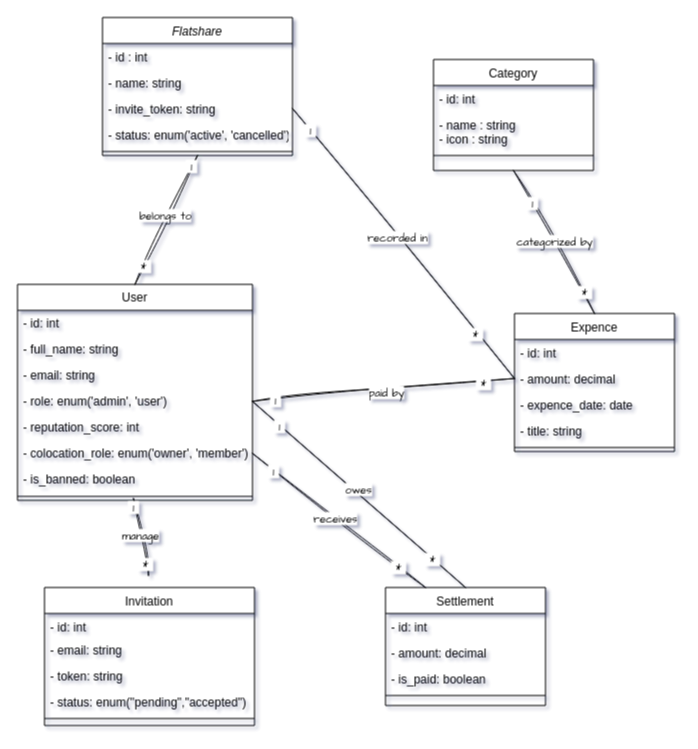
The draw.io diagram conception/class diagram.drawio in alimouad/easy_coloc_laravel, before the edit. Source tidied: cells renumbered, new cells numbered last; positions are measured from the earlier drawing's top-left corner, leaving out a move shared by most shapes. Both pictures are drawn from the tidied source at 100%, with x=0, y=0 at pixel (17, 17).
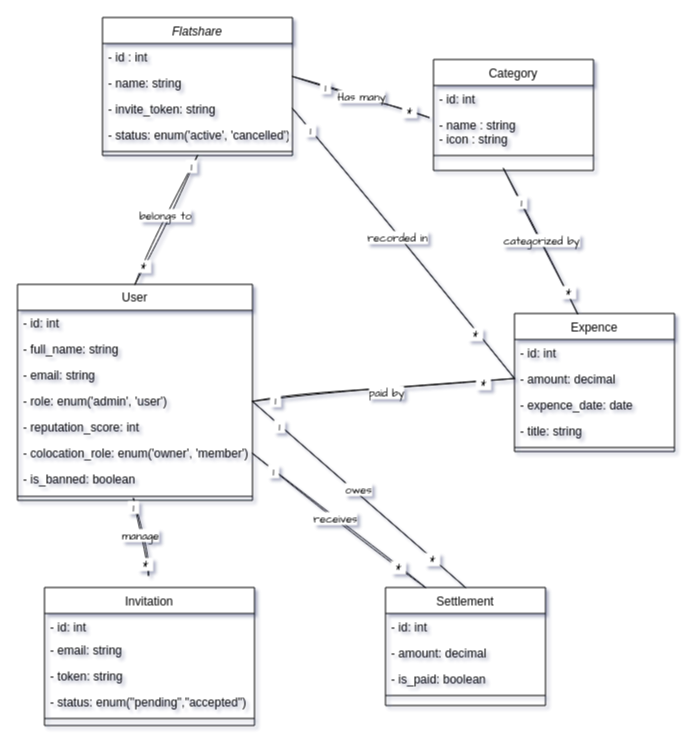
After the change.

Commit message:
fix use_case

The change refers to these unchanged cells:
```xml
<mxCell id="22" value="Expence" style="swimlane;fontStyle=0;align=center;verticalAlign=top;horizontal=1;startSize=26;rounded=0;shadow=0;strokeWidth=1;" parent="1" vertex="1">
  <mxGeometry x="497" y="296" width="160" height="138" as="geometry" />
</mxCell>
<mxCell id="28" value="Category" style="swimlane;fontStyle=0;align=center;verticalAlign=top;horizontal=1;startSize=26;rounded=0;shadow=0;strokeWidth=1;" parent="1" vertex="1">
  <mxGeometry x="416" y="42" width="160" height="111" as="geometry" />
</mxCell>
<mxCell id="30" value="- name : string&#10;- icon : string" style="text;align=left;verticalAlign=top;spacingLeft=4;spacingRight=4;overflow=hidden;points=[[0,0.5],[1,0.5]];portConstraint=eastwest;rounded=0;shadow=0;html=0;" parent="28" vertex="1">
  <mxGeometry y="52" width="160" height="40" as="geometry" />
</mxCell>
```

Diff of the diagram source:
```diff
@@
-    <mxCell id="44" style="endArrow=none;html=1;rounded=0;sketch=1;hachureGap=4;jiggle=2;curveFitting=1;fontFamily=Architects Daughter;entryX=0.5;entryY=1;entryDx=0;entryDy=0;exitX=0.5;exitY=0;exitDx=0;exitDy=0;" parent="1" edge="1" source="22" target="28">
-      <mxGeometry relative="1" as="geometry" />
+    <mxCell id="44" style="endArrow=none;html=1;rounded=0;sketch=1;hachureGap=4;jiggle=2;curveFitting=1;fontFamily=Architects Daughter;entryX=0.5;entryY=1;entryDx=0;entryDy=0;exitX=-0.027;exitY=0.152;exitDx=0;exitDy=0;exitPerimeter=0;" parent="1" edge="1" source="30">
+      <mxGeometry relative="1" as="geometry">
+        <mxPoint x="275" y="59" as="targetPoint" />
+      </mxGeometry>
     </mxCell>
@@
-    <mxCell id="47" value="categorized by" style="edgeLabel;html=1;align=center;verticalAlign=middle;sketch=1;hachureGap=4;jiggle=2;curveFitting=1;fontFamily=Architects Daughter;" parent="44" vertex="1">
+    <mxCell id="47" value="Has many" style="edgeLabel;html=1;align=center;verticalAlign=middle;sketch=1;hachureGap=4;jiggle=2;curveFitting=1;fontFamily=Architects Daughter;" parent="44" vertex="1">
       <mxGeometry x="0.01" y="-1" relative="1" as="geometry" />
     </mxCell>
@@
+    <mxCell id="66" style="endArrow=none;html=1;rounded=0;sketch=1;hachureGap=4;jiggle=2;curveFitting=1;fontFamily=Architects Daughter;exitX=0.395;exitY=0.004;exitDx=0;exitDy=0;exitPerimeter=0;" parent="1" edge="1" source="22">
+      <mxGeometry relative="1" as="geometry">
+        <mxPoint x="486" y="151" as="targetPoint" />
+      </mxGeometry>
+    </mxCell>
+    <mxCell id="67" value="&amp;nbsp;1&amp;nbsp;" style="edgeLabel;html=1;align=center;verticalAlign=middle;sketch=1;hachureGap=4;jiggle=2;curveFitting=1;fontFamily=Architects Daughter;" parent="66" vertex="1">
+      <mxGeometry x="0.54" y="1" relative="1" as="geometry">
+        <mxPoint x="1" as="offset" />
+      </mxGeometry>
+    </mxCell>
+    <mxCell id="68" value="&amp;nbsp;*&amp;nbsp;" style="edgeLabel;html=1;align=center;verticalAlign=middle;sketch=1;hachureGap=4;jiggle=2;curveFitting=1;fontFamily=Architects Daughter;" parent="66" vertex="1">
+      <mxGeometry x="-0.71" y="-1" relative="1" as="geometry" />
+    </mxCell>
+    <mxCell id="69" value="categorized by" style="edgeLabel;html=1;align=center;verticalAlign=middle;sketch=1;hachureGap=4;jiggle=2;curveFitting=1;fontFamily=Architects Daughter;" parent="66" vertex="1">
+      <mxGeometry x="0.01" y="-1" relative="1" as="geometry" />
+    </mxCell>
```
